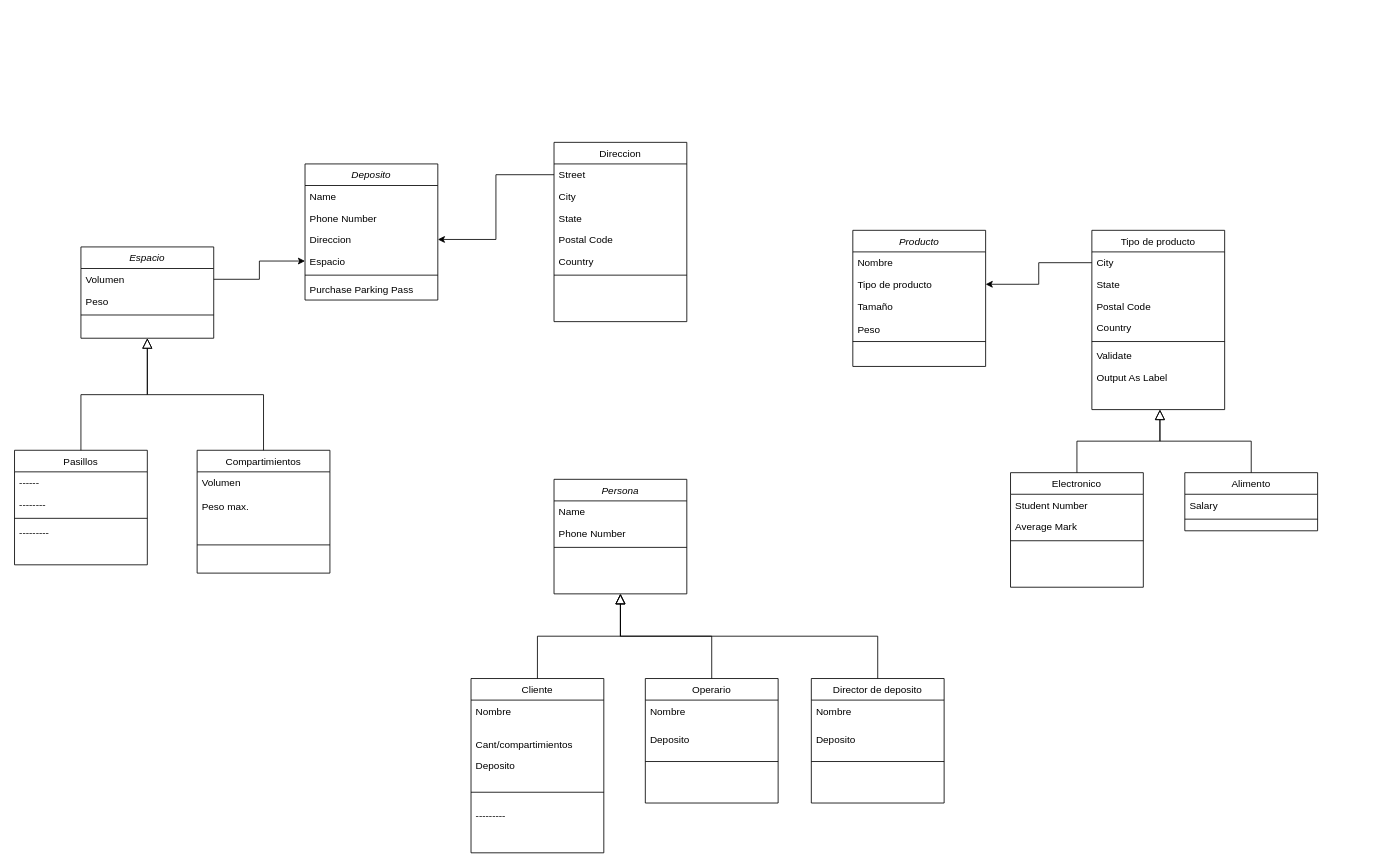
Before: Untitled Diagram.drawio in stoniolo/ProgIII, a draw.io diagram. Source tidied: cells renumbered, new cells numbered last; positions are measured from the earlier drawing's top-left corner, leaving out a move shared by most shapes. Both pictures are drawn from the tidied source at 83%, with x=0, y=0 at pixel (14, 142).
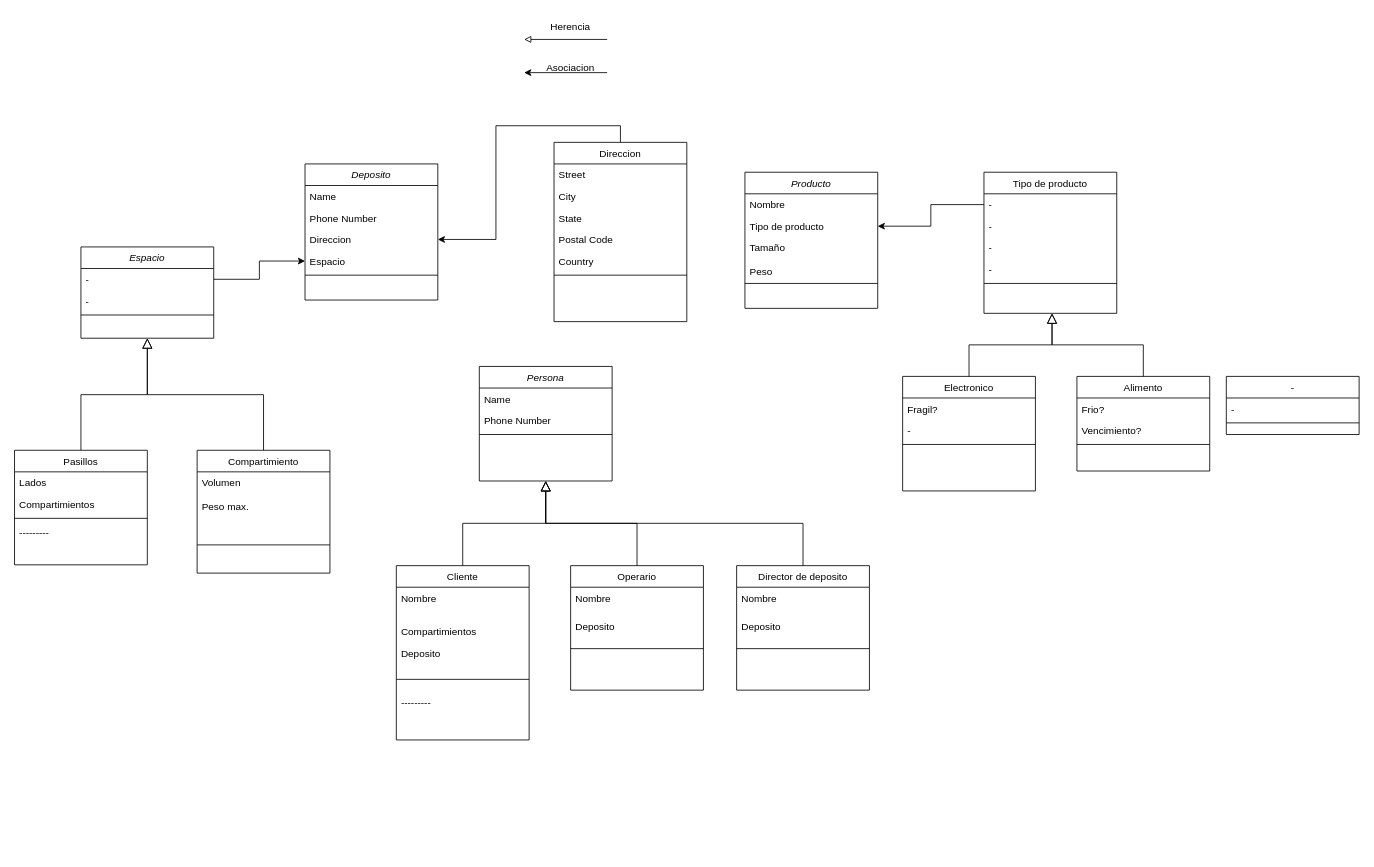
After the change.

The change refers to these unchanged cells:
```xml
<mxCell id="2" value="Deposito" style="swimlane;fontStyle=2;align=center;verticalAlign=top;horizontal=1;startSize=26;rounded=0;shadow=0;strokeWidth=1;" parent="1" vertex="1">
  <mxGeometry x="350" y="26" width="160" height="164" as="geometry" />
</mxCell>
<mxCell id="5" value="Direccion" style="text;align=left;verticalAlign=top;spacingLeft=4;spacingRight=4;overflow=hidden;points=[[0,0.5],[1,0.5]];portConstraint=eastwest;rounded=0;shadow=0;html=0;" parent="2" vertex="1">
  <mxGeometry y="78" width="160" height="26" as="geometry" />
</mxCell>
<mxCell id="9" value="Pasillos" style="swimlane;fontStyle=0;align=center;verticalAlign=top;horizontal=1;startSize=26;rounded=0;shadow=0;strokeWidth=1;" parent="1" vertex="1">
  <mxGeometry y="371" width="160" height="138" as="geometry" />
</mxCell>
<mxCell id="18" value="Direccion" style="swimlane;fontStyle=0;align=center;verticalAlign=top;horizontal=1;startSize=26;rounded=0;shadow=0;strokeWidth=1;" parent="1" vertex="1">
  <mxGeometry x="650" width="160" height="216" as="geometry" />
</mxCell>
<mxCell id="19" value="Street" style="text;align=left;verticalAlign=top;spacingLeft=4;spacingRight=4;overflow=hidden;points=[[0,0.5],[1,0.5]];portConstraint=eastwest;" parent="18" vertex="1">
  <mxGeometry y="26" width="160" height="26" as="geometry" />
</mxCell>
<mxCell id="68" value="Espacio" style="swimlane;fontStyle=2;align=center;verticalAlign=top;horizontal=1;startSize=26;rounded=0;shadow=0;strokeWidth=1;" parent="1" vertex="1">
  <mxGeometry x="80" y="126" width="160" height="110" as="geometry" />
</mxCell>
```

Change to the diagram source:
```diff
@@
-    <mxCell id="8" value="Purchase Parking Pass" style="text;align=left;verticalAlign=top;spacingLeft=4;spacingRight=4;overflow=hidden;" parent="2" vertex="1">
-      <mxGeometry y="138" width="160" height="26" as="geometry" />
-    </mxCell>
@@
-    <mxCell id="10" value="------" style="text;align=left;verticalAlign=top;spacingLeft=4;spacingRight=4;overflow=hidden;" parent="9" vertex="1">
+    <mxCell id="10" value="Lados" style="text;align=left;verticalAlign=top;spacingLeft=4;spacingRight=4;overflow=hidden;" parent="9" vertex="1">
       <mxGeometry y="26" width="160" height="26" as="geometry" />
     </mxCell>
-    <mxCell id="11" value="--------" style="text;align=left;verticalAlign=top;spacingLeft=4;spacingRight=4;overflow=hidden;rounded=0;shadow=0;html=0;" parent="9" vertex="1">
+    <mxCell id="11" value="Compartimientos" style="text;align=left;verticalAlign=top;spacingLeft=4;spacingRight=4;overflow=hidden;rounded=0;shadow=0;html=0;" parent="9" vertex="1">
       <mxGeometry y="52" width="160" height="26" as="geometry" />
     </mxCell>
@@
-    <mxCell id="14" value="Compartimientos" style="swimlane;fontStyle=0;align=center;verticalAlign=top;horizontal=1;startSize=26;rounded=0;shadow=0;strokeWidth=1;" parent="1" vertex="1">
+    <mxCell id="14" value="Compartimiento" style="swimlane;fontStyle=0;align=center;verticalAlign=top;horizontal=1;startSize=26;rounded=0;shadow=0;strokeWidth=1;" parent="1" vertex="1">
       <mxGeometry x="220" y="371" width="160" height="148" as="geometry" />
     </mxCell>
@@
     <mxCell id="25" value="Producto" style="swimlane;fontStyle=2;align=center;verticalAlign=top;horizontal=1;startSize=26;rounded=0;shadow=0;strokeWidth=1;" parent="1" vertex="1">
-      <mxGeometry x="1010" y="106" width="160" height="164" as="geometry" />
+      <mxGeometry x="880" y="36" width="160" height="164" as="geometry" />
     </mxCell>
@@
     <mxCell id="30" value="Electronico" style="swimlane;fontStyle=0;align=center;verticalAlign=top;horizontal=1;startSize=26;rounded=0;shadow=0;strokeWidth=1;" parent="1" vertex="1">
-      <mxGeometry x="1200" y="398" width="160" height="138" as="geometry" />
+      <mxGeometry x="1070" y="282" width="160" height="138" as="geometry" />
     </mxCell>
-    <mxCell id="31" value="Student Number" style="text;align=left;verticalAlign=top;spacingLeft=4;spacingRight=4;overflow=hidden;" parent="30" vertex="1">
+    <mxCell id="31" value="Fragil?" style="text;align=left;verticalAlign=top;spacingLeft=4;spacingRight=4;overflow=hidden;" parent="30" vertex="1">
       <mxGeometry y="26" width="160" height="26" as="geometry" />
     </mxCell>
-    <mxCell id="32" value="Average Mark" style="text;align=left;verticalAlign=top;spacingLeft=4;spacingRight=4;overflow=hidden;rounded=0;shadow=0;html=0;" parent="30" vertex="1">
+    <mxCell id="32" value="-" style="text;align=left;verticalAlign=top;spacingLeft=4;spacingRight=4;overflow=hidden;rounded=0;shadow=0;html=0;" parent="30" vertex="1">
       <mxGeometry y="52" width="160" height="26" as="geometry" />
     </mxCell>
@@
     <mxCell id="34" style="endArrow=block;endSize=10;endFill=0;shadow=0;strokeWidth=1;rounded=0;edgeStyle=elbowEdgeStyle;elbow=vertical;" parent="1" edge="1" source="30">
       <mxGeometry relative="1" as="geometry">
-        <mxPoint x="1380" y="322" as="targetPoint" />
+        <mxPoint x="1250" y="206" as="targetPoint" />
       </mxGeometry>
     </mxCell>
     <mxCell id="35" value="Alimento" style="swimlane;fontStyle=0;align=center;verticalAlign=top;horizontal=1;startSize=26;rounded=0;shadow=0;strokeWidth=1;" parent="1" vertex="1">
-      <mxGeometry x="1410" y="398" width="160" height="70" as="geometry" />
+      <mxGeometry x="1280" y="282" width="160" height="114" as="geometry" />
     </mxCell>
+    <mxCell id="76" value="Frio?" style="text;align=left;verticalAlign=top;spacingLeft=4;spacingRight=4;overflow=hidden;" parent="35" vertex="1">
+      <mxGeometry y="26" width="160" height="26" as="geometry" />
+    </mxCell>
-    <mxCell id="36" value="Salary" style="text;align=left;verticalAlign=top;spacingLeft=4;spacingRight=4;overflow=hidden;" parent="35" vertex="1">
-      <mxGeometry y="26" width="160" height="26" as="geometry" />
+    <mxCell id="36" value="Vencimiento?" style="text;align=left;verticalAlign=top;spacingLeft=4;spacingRight=4;overflow=hidden;" parent="35" vertex="1">
+      <mxGeometry y="52" width="160" height="26" as="geometry" />
     </mxCell>
     <mxCell id="37" style="line;html=1;strokeWidth=1;align=left;verticalAlign=middle;spacingTop=-1;spacingLeft=3;spacingRight=3;labelPosition=right;" parent="35" vertex="1">
-      <mxGeometry y="52" width="160" height="8" as="geometry" />
+      <mxGeometry y="78" width="160" height="8" as="geometry" />
     </mxCell>
     <mxCell id="38" style="endArrow=block;endSize=10;endFill=0;shadow=0;strokeWidth=1;rounded=0;edgeStyle=elbowEdgeStyle;elbow=vertical;" parent="1" edge="1" source="35">
       <mxGeometry relative="1" as="geometry">
-        <mxPoint x="1380" y="322" as="targetPoint" />
+        <mxPoint x="1250" y="206" as="targetPoint" />
+        <Array as="points">
+          <mxPoint x="1260" y="244" />
+        </Array>
       </mxGeometry>
     </mxCell>
     <mxCell id="39" value="Tipo de producto" style="swimlane;fontStyle=0;align=center;verticalAlign=top;horizontal=1;startSize=26;rounded=0;shadow=0;strokeWidth=1;" parent="1" vertex="1">
-      <mxGeometry x="1298" y="106" width="160" height="216" as="geometry" />
+      <mxGeometry x="1168" y="36" width="160" height="170" as="geometry" />
     </mxCell>
-    <mxCell id="40" value="City" style="text;align=left;verticalAlign=top;spacingLeft=4;spacingRight=4;overflow=hidden;points=[[0,0.5],[1,0.5]];portConstraint=eastwest;rounded=0;shadow=0;html=0;" parent="39" vertex="1">
+    <mxCell id="40" value="-" style="text;align=left;verticalAlign=top;spacingLeft=4;spacingRight=4;overflow=hidden;points=[[0,0.5],[1,0.5]];portConstraint=eastwest;rounded=0;shadow=0;html=0;" parent="39" vertex="1">
       <mxGeometry y="26" width="160" height="26" as="geometry" />
     </mxCell>
-    <mxCell id="41" value="State" style="text;align=left;verticalAlign=top;spacingLeft=4;spacingRight=4;overflow=hidden;rounded=0;shadow=0;html=0;" parent="39" vertex="1">
+    <mxCell id="41" value="-" style="text;align=left;verticalAlign=top;spacingLeft=4;spacingRight=4;overflow=hidden;rounded=0;shadow=0;html=0;" parent="39" vertex="1">
       <mxGeometry y="52" width="160" height="26" as="geometry" />
     </mxCell>
-    <mxCell id="42" value="Postal Code" style="text;align=left;verticalAlign=top;spacingLeft=4;spacingRight=4;overflow=hidden;rounded=0;shadow=0;html=0;" parent="39" vertex="1">
+    <mxCell id="42" value="-" style="text;align=left;verticalAlign=top;spacingLeft=4;spacingRight=4;overflow=hidden;rounded=0;shadow=0;html=0;" parent="39" vertex="1">
       <mxGeometry y="78" width="160" height="26" as="geometry" />
     </mxCell>
-    <mxCell id="43" value="Country" style="text;align=left;verticalAlign=top;spacingLeft=4;spacingRight=4;overflow=hidden;rounded=0;shadow=0;html=0;" parent="39" vertex="1">
+    <mxCell id="43" value="-" style="text;align=left;verticalAlign=top;spacingLeft=4;spacingRight=4;overflow=hidden;rounded=0;shadow=0;html=0;" parent="39" vertex="1">
       <mxGeometry y="104" width="160" height="26" as="geometry" />
     </mxCell>
@@
-    <mxCell id="45" value="Validate" style="text;align=left;verticalAlign=top;spacingLeft=4;spacingRight=4;overflow=hidden;" parent="39" vertex="1">
-      <mxGeometry y="138" width="160" height="26" as="geometry" />
-    </mxCell>
-    <mxCell id="46" value="Output As Label" style="text;align=left;verticalAlign=top;spacingLeft=4;spacingRight=4;overflow=hidden;" parent="39" vertex="1">
-      <mxGeometry y="164" width="160" height="26" as="geometry" />
-    </mxCell>
     <mxCell id="47" value="Persona" style="swimlane;fontStyle=2;align=center;verticalAlign=top;horizontal=1;startSize=26;rounded=0;shadow=0;strokeWidth=1;" parent="1" vertex="1">
-      <mxGeometry x="650" y="406" width="160" height="138" as="geometry" />
+      <mxGeometry x="560" y="270" width="160" height="138" as="geometry" />
     </mxCell>
@@
     <mxCell id="51" value="Cliente" style="swimlane;fontStyle=0;align=center;verticalAlign=top;horizontal=1;startSize=26;rounded=0;shadow=0;strokeWidth=1;" parent="1" vertex="1">
-      <mxGeometry x="550" y="646" width="160" height="210" as="geometry" />
+      <mxGeometry x="460" y="510" width="160" height="210" as="geometry" />
     </mxCell>
@@
-    <mxCell id="53" value="&#10;Cant/compartimientos" style="text;align=left;verticalAlign=top;spacingLeft=4;spacingRight=4;overflow=hidden;" parent="51" vertex="1">
+    <mxCell id="53" value="&#10;Compartimientos" style="text;align=left;verticalAlign=top;spacingLeft=4;spacingRight=4;overflow=hidden;" parent="51" vertex="1">
       <mxGeometry y="52" width="160" height="40" as="geometry" />
     </mxCell>
@@
     <mxCell id="58" value="Operario" style="swimlane;fontStyle=0;align=center;verticalAlign=top;horizontal=1;startSize=26;rounded=0;shadow=0;strokeWidth=1;" parent="1" vertex="1">
-      <mxGeometry x="760" y="646" width="160" height="150" as="geometry" />
+      <mxGeometry x="670" y="510" width="160" height="150" as="geometry" />
     </mxCell>
@@
     <mxCell id="63" value="Director de deposito" style="swimlane;fontStyle=0;align=center;verticalAlign=top;horizontal=1;startSize=26;rounded=0;shadow=0;strokeWidth=1;" parent="1" vertex="1">
-      <mxGeometry x="960" y="646" width="160" height="150" as="geometry" />
+      <mxGeometry x="870" y="510" width="160" height="150" as="geometry" />
     </mxCell>
@@
     <mxCell id="67" style="endArrow=block;endSize=10;endFill=0;shadow=0;strokeWidth=1;rounded=0;edgeStyle=elbowEdgeStyle;elbow=vertical;" parent="1" edge="1" source="63">
       <mxGeometry relative="1" as="geometry">
-        <mxPoint x="730" y="544" as="targetPoint" />
+        <mxPoint x="640" y="408" as="targetPoint" />
       </mxGeometry>
     </mxCell>
@@
-    <mxCell id="69" value="Volumen" style="text;align=left;verticalAlign=top;spacingLeft=4;spacingRight=4;overflow=hidden;points=[[0,0.5],[1,0.5]];portConstraint=eastwest;" parent="68" vertex="1">
+    <mxCell id="69" value="-" style="text;align=left;verticalAlign=top;spacingLeft=4;spacingRight=4;overflow=hidden;points=[[0,0.5],[1,0.5]];portConstraint=eastwest;" parent="68" vertex="1">
       <mxGeometry y="26" width="160" height="26" as="geometry" />
     </mxCell>
-    <mxCell id="70" value="Peso" style="text;align=left;verticalAlign=top;spacingLeft=4;spacingRight=4;overflow=hidden;rounded=0;shadow=0;html=0;" parent="68" vertex="1">
+    <mxCell id="70" value="-" style="text;align=left;verticalAlign=top;spacingLeft=4;spacingRight=4;overflow=hidden;rounded=0;shadow=0;html=0;" parent="68" vertex="1">
       <mxGeometry y="52" width="160" height="26" as="geometry" />
     </mxCell>
@@
-    <mxCell id="74" style="edgeStyle=orthogonalEdgeStyle;rounded=0;jettySize=auto;html=1;entryX=1;entryY=0.5;entryDx=0;entryDy=0;" parent="1" edge="1" source="19" target="5">
+    <mxCell id="74" style="edgeStyle=orthogonalEdgeStyle;rounded=0;jettySize=auto;html=1;entryX=1;entryY=0.5;entryDx=0;entryDy=0;exitX=0.5;exitY=0;exitDx=0;exitDy=0;" parent="1" edge="1" source="18" target="5">
       <mxGeometry relative="1" as="geometry" />
     </mxCell>
@@
+    <mxCell id="77" value="-" style="swimlane;fontStyle=0;align=center;verticalAlign=top;horizontal=1;startSize=26;rounded=0;shadow=0;strokeWidth=1;" parent="1" vertex="1">
+      <mxGeometry x="1460" y="282" width="160" height="70" as="geometry" />
+    </mxCell>
+    <mxCell id="78" value="-" style="text;align=left;verticalAlign=top;spacingLeft=4;spacingRight=4;overflow=hidden;" parent="77" vertex="1">
+      <mxGeometry y="26" width="160" height="26" as="geometry" />
+    </mxCell>
+    <mxCell id="79" style="line;html=1;strokeWidth=1;align=left;verticalAlign=middle;spacingTop=-1;spacingLeft=3;spacingRight=3;labelPosition=right;" parent="77" vertex="1">
+      <mxGeometry y="52" width="160" height="8" as="geometry" />
+    </mxCell>
+    <mxCell id="80" style="edgeStyle=orthogonalEdgeStyle;rounded=0;orthogonalLoop=1;jettySize=auto;html=1;entryX=1;entryY=0.5;entryDx=0;entryDy=0;" parent="1" edge="1">
+      <mxGeometry relative="1" as="geometry">
+        <mxPoint x="714" y="-84" as="sourcePoint" />
+        <mxPoint x="614" y="-84" as="targetPoint" />
+      </mxGeometry>
+    </mxCell>
+    <mxCell id="81" style="edgeStyle=orthogonalEdgeStyle;rounded=0;orthogonalLoop=1;jettySize=auto;html=1;entryX=1;entryY=0.5;entryDx=0;entryDy=0;endArrow=block;endFill=0;" parent="1" edge="1">
+      <mxGeometry relative="1" as="geometry">
+        <mxPoint x="714" y="-124" as="sourcePoint" />
+        <mxPoint x="614" y="-124" as="targetPoint" />
+      </mxGeometry>
+    </mxCell>
+    <mxCell id="82" value="Asociacion" style="text;html=1;strokeColor=none;fillColor=none;align=center;verticalAlign=middle;whiteSpace=wrap;rounded=0;" parent="1" vertex="1">
+      <mxGeometry x="640" y="-104" width="60" height="30" as="geometry" />
+    </mxCell>
+    <mxCell id="83" value="Herencia" style="text;html=1;strokeColor=none;fillColor=none;align=center;verticalAlign=middle;whiteSpace=wrap;rounded=0;" parent="1" vertex="1">
+      <mxGeometry x="640" y="-154" width="60" height="30" as="geometry" />
+    </mxCell>
```
